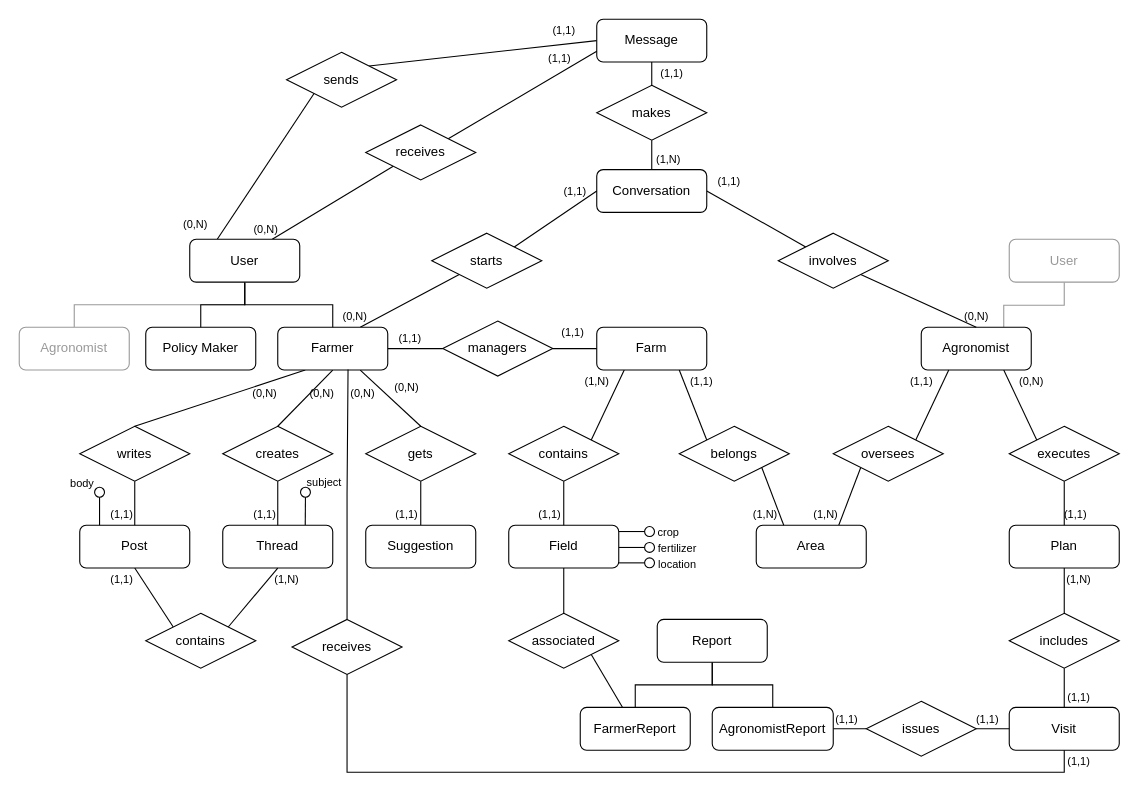
Before: images_diagrams/dd/er_diagram.drawio in gabrielemarra/DREAM-ProjectDesign, a draw.io diagram. Source tidied: cells renumbered, new cells numbered last; positions are measured from the earlier drawing's top-left corner, leaving out a move shared by most shapes. Both pictures are drawn from the tidied source at 110%, with x=0, y=0 at pixel (19, 19).
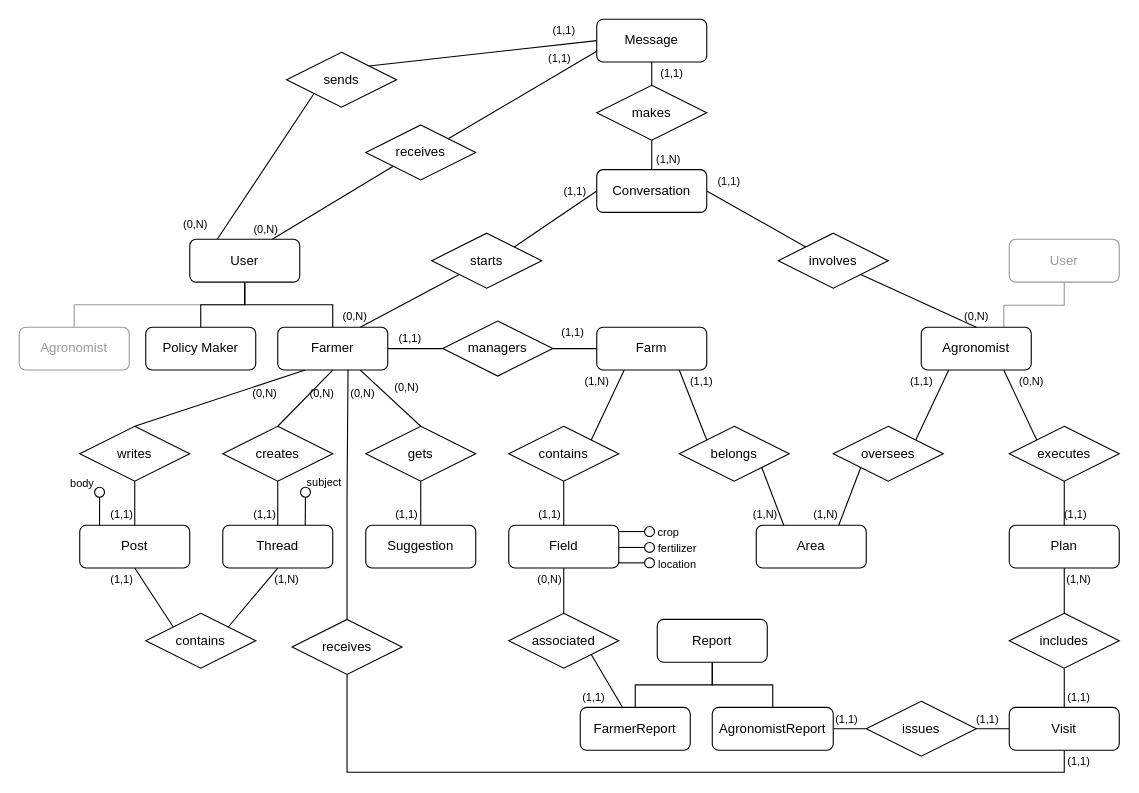
The same page after the edit.

Diff of the diagram source:
```diff
@@
+    <mxCell id="125" value="(0,N)" style="text;html=1;align=center;verticalAlign=middle;strokeColor=none;fillColor=none;fontSize=10;fontColor=#000000;" parent="1" vertex="1">
+      <mxGeometry x="462" y="498.9" width="40" height="20" as="geometry" />
+    </mxCell>
+    <mxCell id="126" value="(1,1)" style="text;html=1;align=center;verticalAlign=middle;strokeColor=none;fillColor=none;fontSize=10;fontColor=#000000;" parent="1" vertex="1">
+      <mxGeometry x="502" y="605.6" width="40" height="20" as="geometry" />
+    </mxCell>
```
